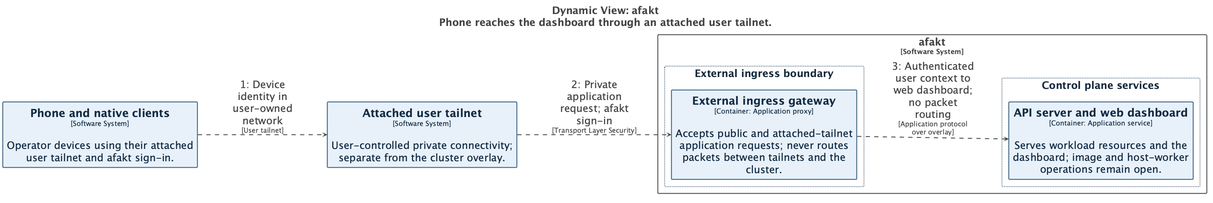
The PlantUML diagram docs/diagrams/structurizr-network-flow-phone.png in tbhb-dev/afakt, before a commit. Its source is kept beside it as docs/diagrams/structurizr-network-flow-phone.puml.
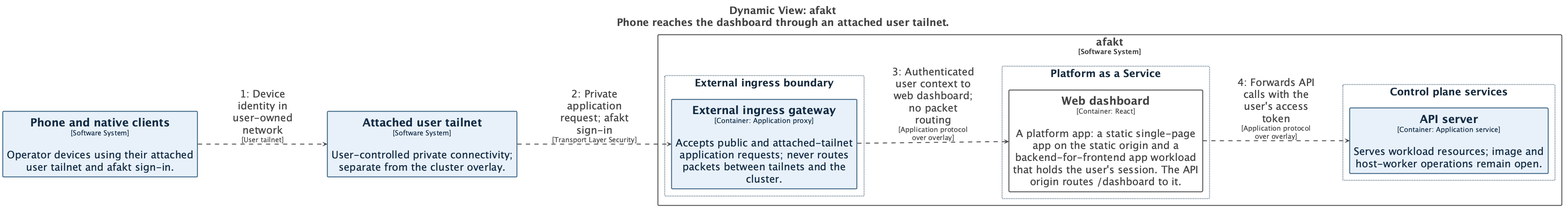
The same file after the commit.

Change to the diagram source:
```diff
@@ -16,6 +16,18 @@
   root {
     BackgroundColor: #ffffff;
     FontColor: #444444;
+  }
+  // Element
+  .Element-RWxlbWVudA== {
+    BackgroundColor: #ffffff;
+    LineColor: #444444;
+    LineStyle: 0;
+    LineThickness: 2;
+    FontColor: #444444;
+    FontSize: 24;
+    HorizontalAlignment: center;
+    Shadowing: 0;
+    MaximumWidth: 450;
   }
   // Element,Topology
   .Element-RWxlbWVudCxUb3BvbG9neQ== {
@@ -71,15 +83,30 @@
     HorizontalAlignment: center;
     Shadowing: 0;
   }
+  // Platform as a Service
+  .Group-UGxhdGZvcm0gYXMgYSBTZXJ2aWNl {
+    BackgroundColor: #ffffff;
+    LineColor: #536b7e;
+    LineStyle: 2-2;
+    LineThickness: 2;
+    FontColor: #182c3e;
+    FontSize: 24;
+    HorizontalAlignment: center;
+    Shadowing: 0;
+  }
 </style>
 
 rectangle "afakt\n<size:16>[Software System]</size>" <<Boundary-YWZha3Q=>> {
-  rectangle "Control plane services" <<Group-Q29udHJvbCBwbGFuZSBzZXJ2aWNlcw==>> as group16 {
-    rectangle "==API server and web dashboard\n<size:16>[Container: Application service]</size>\n\nServes workload resources and the dashboard; image and host-worker operations remain open." <<Element-RWxlbWVudCxUb3BvbG9neQ==>> as afakt.APIserverandwebdashboard
+  rectangle "Control plane services" <<Group-Q29udHJvbCBwbGFuZSBzZXJ2aWNlcw==>> as group17 {
+    rectangle "==API server\n<size:16>[Container: Application service]</size>\n\nServes workload resources; image and host-worker operations remain open." <<Element-RWxlbWVudCxUb3BvbG9neQ==>> as afakt.APIserver
   }
 
-  rectangle "External ingress boundary" <<Group-RXh0ZXJuYWwgaW5ncmVzcyBib3VuZGFyeQ==>> as group17 {
+  rectangle "External ingress boundary" <<Group-RXh0ZXJuYWwgaW5ncmVzcyBib3VuZGFyeQ==>> as group18 {
     rectangle "==External ingress gateway\n<size:16>[Container: Application proxy]</size>\n\nAccepts public and attached-tailnet application requests; never routes packets between tailnets and the cluster." <<Element-RWxlbWVudCxUb3BvbG9neQ==>> as afakt.Externalingressgateway
+  }
+
+  rectangle "Platform as a Service" <<Group-UGxhdGZvcm0gYXMgYSBTZXJ2aWNl>> as group19 {
+    rectangle "==Web dashboard\n<size:16>[Container: React]</size>\n\nA platform app: a static single-page app on the static origin and a backend-for-frontend app workload that holds the user's session. The API origin routes /dashboard to it." <<Element-RWxlbWVudA==>> as afakt.Webdashboard
   }
 
 }
@@ -89,6 +116,7 @@
 
 Phoneandnativeclients --> Attachedusertailnet <<Relationship-UmVsYXRpb25zaGlw>> : "1: Device identity in user-owned network\n<size:16>[User tailnet]</size>"
 Attachedusertailnet --> afakt.Externalingressgateway <<Relationship-UmVsYXRpb25zaGlw>> : "2: Private application request; afakt sign-in\n<size:16>[Transport Layer Security]</size>"
-afakt.Externalingressgateway --> afakt.APIserverandwebdashboard <<Relationship-UmVsYXRpb25zaGlw>> : "3: Authenticated user context to web dashboard; no packet routing\n<size:16>[Application protocol over overlay]</size>"
+afakt.Externalingressgateway --> afakt.Webdashboard <<Relationship-UmVsYXRpb25zaGlw>> : "3: Authenticated user context to web dashboard; no packet routing\n<size:16>[Application protocol over overlay]</size>"
+afakt.Webdashboard --> afakt.APIserver <<Relationship-UmVsYXRpb25zaGlw>> : "4: Forwards API calls with the user's access token\n<size:16>[Application protocol over overlay]</size>"
 
 @enduml
```
